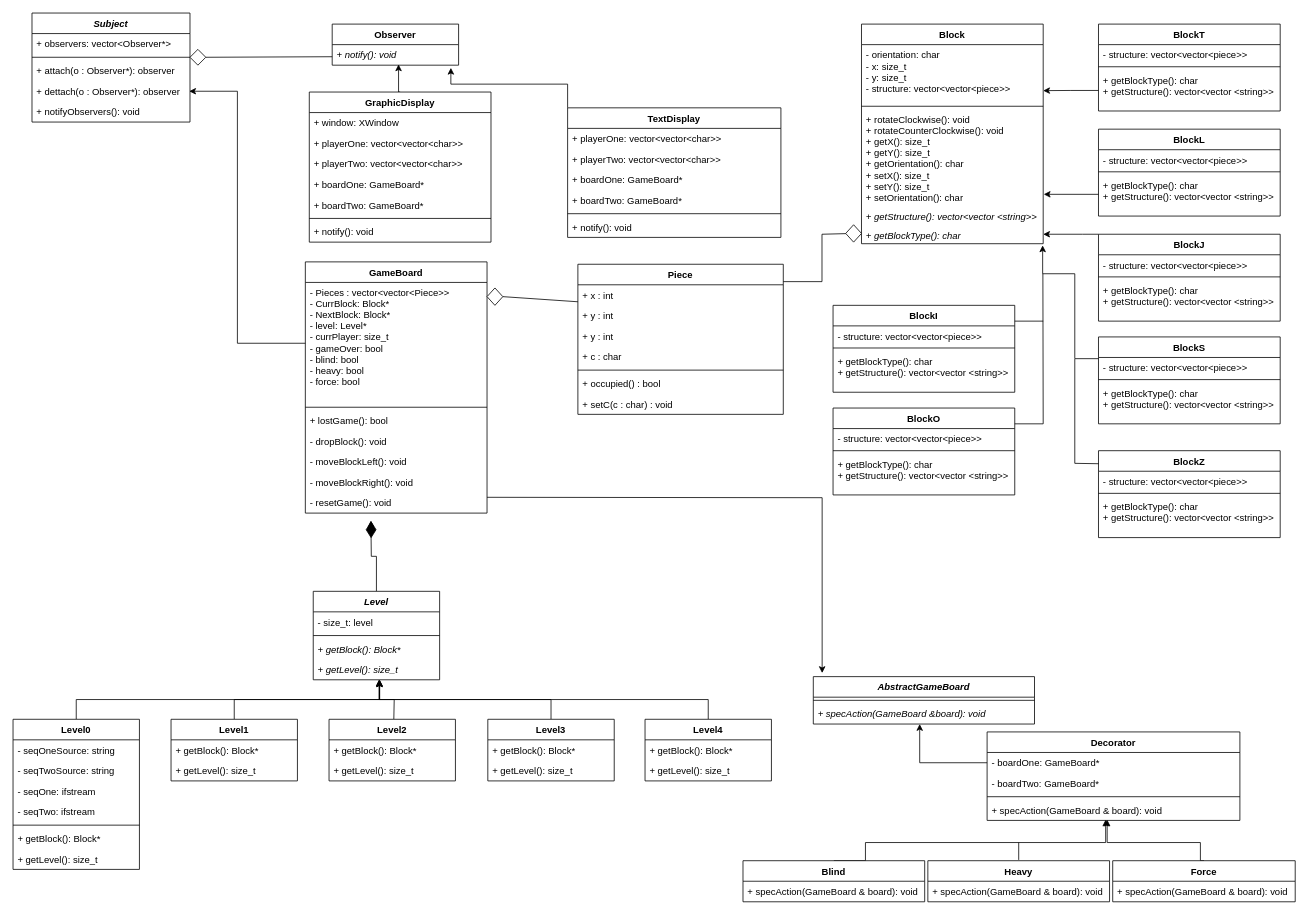
Earlier version of the draw.io diagram UML.drawio (velomafinsights/biquadris). Source tidied: cells renumbered, new cells numbered last; positions are measured from the earlier drawing's top-left corner, leaving out a move shared by most shapes. Both pictures are drawn from the tidied source at 79%, with x=0, y=0 at pixel (13, 13).
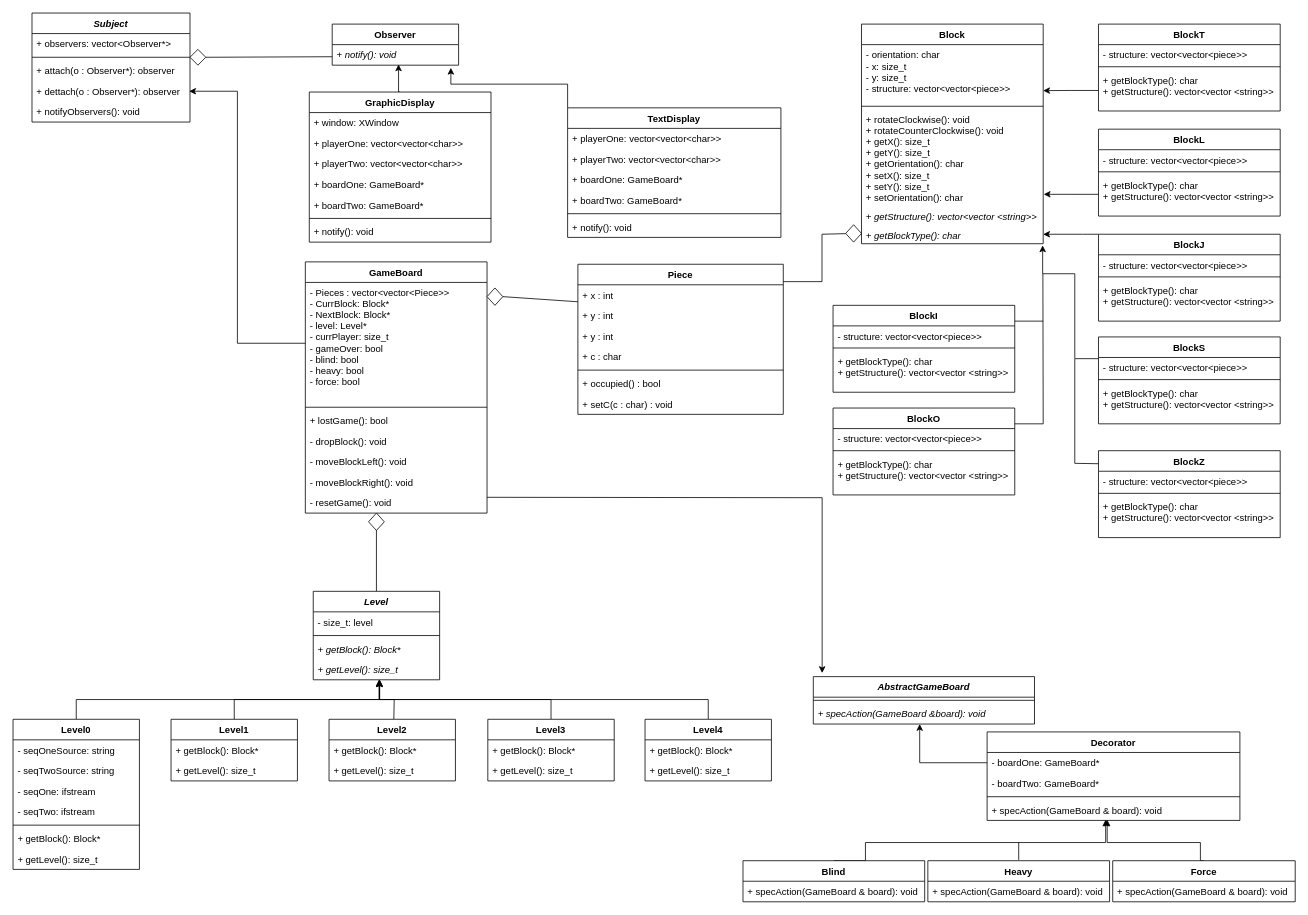
Above is the later version.

Unchanged cells that the change refers to:
```xml
<mxCell id="97" value="Level" style="swimlane;fontStyle=3;align=center;verticalAlign=top;horizontal=1;startSize=26;" parent="1" vertex="1">
  <mxGeometry x="380" y="732" width="160" height="112" as="geometry" />
</mxCell>
```

What changed in the source:
```diff
@@
     <mxCell id="96" style="edgeStyle=orthogonalEdgeStyle;rounded=0;jettySize=auto;html=1;entryX=0.465;entryY=0.977;entryDx=0;entryDy=0;entryPerimeter=0;" parent="1" edge="1" source="97">
       <mxGeometry relative="1" as="geometry">
         <mxPoint x="453" y="642.4" as="targetPoint" />
+        <Array as="points">
+          <mxPoint x="460" y="642" />
+        </Array>
       </mxGeometry>
     </mxCell>
@@
-    <mxCell id="102" style="rhombus;whiteSpace=wrap;html=1;fillColor=#000000;" parent="1" vertex="1">
-      <mxGeometry x="447" y="644" width="12.5" height="20" as="geometry" />
-    </mxCell>
@@
+    <mxCell id="147" style="rhombus;whiteSpace=wrap;html=1;" parent="1" vertex="1">
+      <mxGeometry x="450" y="633" width="20" height="22" as="geometry" />
+    </mxCell>
```
